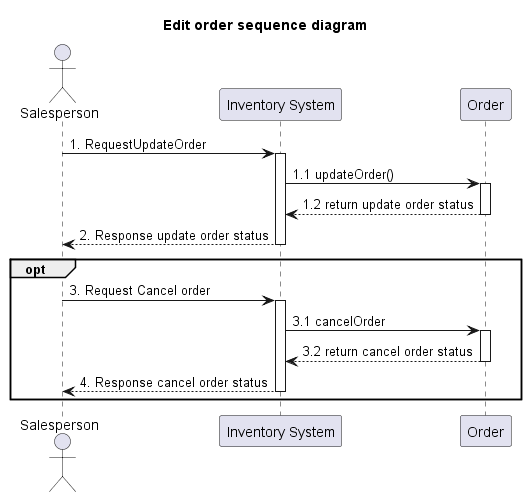
The PlantUML diagram out/system-analysis/sequence/_4_3_sequence-edit-order/_4_3_sequence-edit-order.png in billowdev/inventory-system-plantuml-sequelize-seeder-example, before a commit.
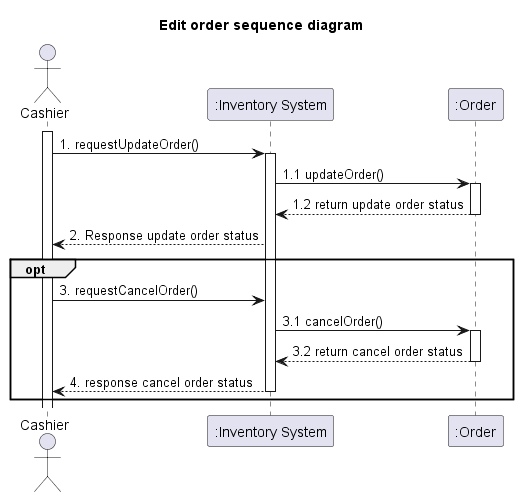
The same diagram one commit later.

The edit, as a diff of the source:
```diff
@@ -1,11 +1,13 @@
 @startuml
 title Edit order sequence diagram
 
-actor Salesperson as actorSalesperson
-participant "Inventory System" as InventorySystem
-participant "Order" as classOrder
+actor Cashier as actorCashier
+participant ":Inventory System" as InventorySystem
+participant ":Order" as classOrder
 
-actorSalesperson -> InventorySystem: 1. RequestUpdateOrder
+activate actorCashier
+
+actorCashier -> InventorySystem: 1. requestUpdateOrder()
 activate InventorySystem
 
 InventorySystem -> classOrder: 1.1 updateOrder()
@@ -14,25 +16,19 @@
 classOrder --> InventorySystem: 1.2 return update order status
 deactivate classOrder
 
+InventorySystem --> actorCashier : 2. Response update order status
+opt
+
+actorCashier -> InventorySystem: 3. requestCancelOrder()
 
 
-InventorySystem --> actorSalesperson : 2. Response update order status
-
-deactivate InventorySystem
-
-
-opt
-
-actorSalesperson -> InventorySystem: 3. Request Cancel order
-activate InventorySystem
-
-InventorySystem -> classOrder: 3.1 cancelOrder
+InventorySystem -> classOrder: 3.1 cancelOrder()
 activate classOrder
 
 classOrder --> InventorySystem: 3.2 return cancel order status
 deactivate classOrder
 
-InventorySystem --> actorSalesperson: 4. Response cancel order status
+InventorySystem --> actorCashier: 4. response cancel order status
 deactivate InventorySystem
 
 end
```
